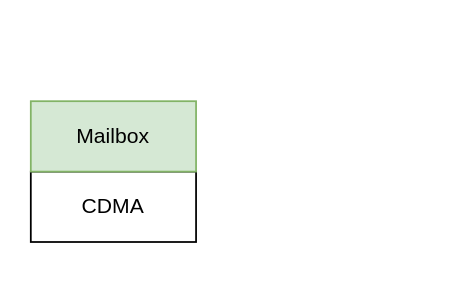
Earlier version of the draw.io diagram page "Page-8" (8 of 8) of csync_conn.drawio (huntershuai/file_sync). Source tidied: cells renumbered, new cells numbered last; positions are measured from the earlier drawing's top-left corner, leaving out a move shared by most shapes. Both pictures are drawn from the tidied source at 176%, with x=0, y=0 at pixel (30, 100).
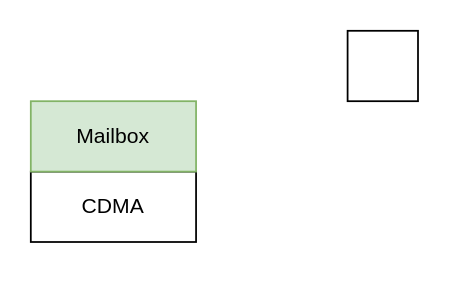
Above is the later version.

The edit, as a diff of the source:
```diff
@@
 <mxGraphModel>
   <root>
     <mxCell id="0" />
     <mxCell id="1" parent="0" />
     <mxCell id="2" style="group;" parent="1" vertex="1">
       <mxGeometry width="93.9" height="100" as="geometry" />
     </mxCell>
     <mxCell id="3" value="CDMA" style="rounded=0;whiteSpace=wrap;html=1;shadow=0;" parent="2" vertex="1">
       <mxGeometry y="40" width="93.9" height="40" as="geometry" />
     </mxCell>
     <mxCell id="4" value="Mailbox" style="rounded=0;whiteSpace=wrap;html=1;shadow=0;fillColor=#d5e8d4;strokeColor=#82b366;" parent="2" vertex="1">
       <mxGeometry width="93.9" height="40" as="geometry" />
     </mxCell>
+    <mxCell id="5" style="rounded=0;whiteSpace=wrap;html=1;" parent="1" vertex="1">
+      <mxGeometry x="180" y="-40" width="40" height="40" as="geometry" />
+    </mxCell>
   </root>
 </mxGraphModel>
```
